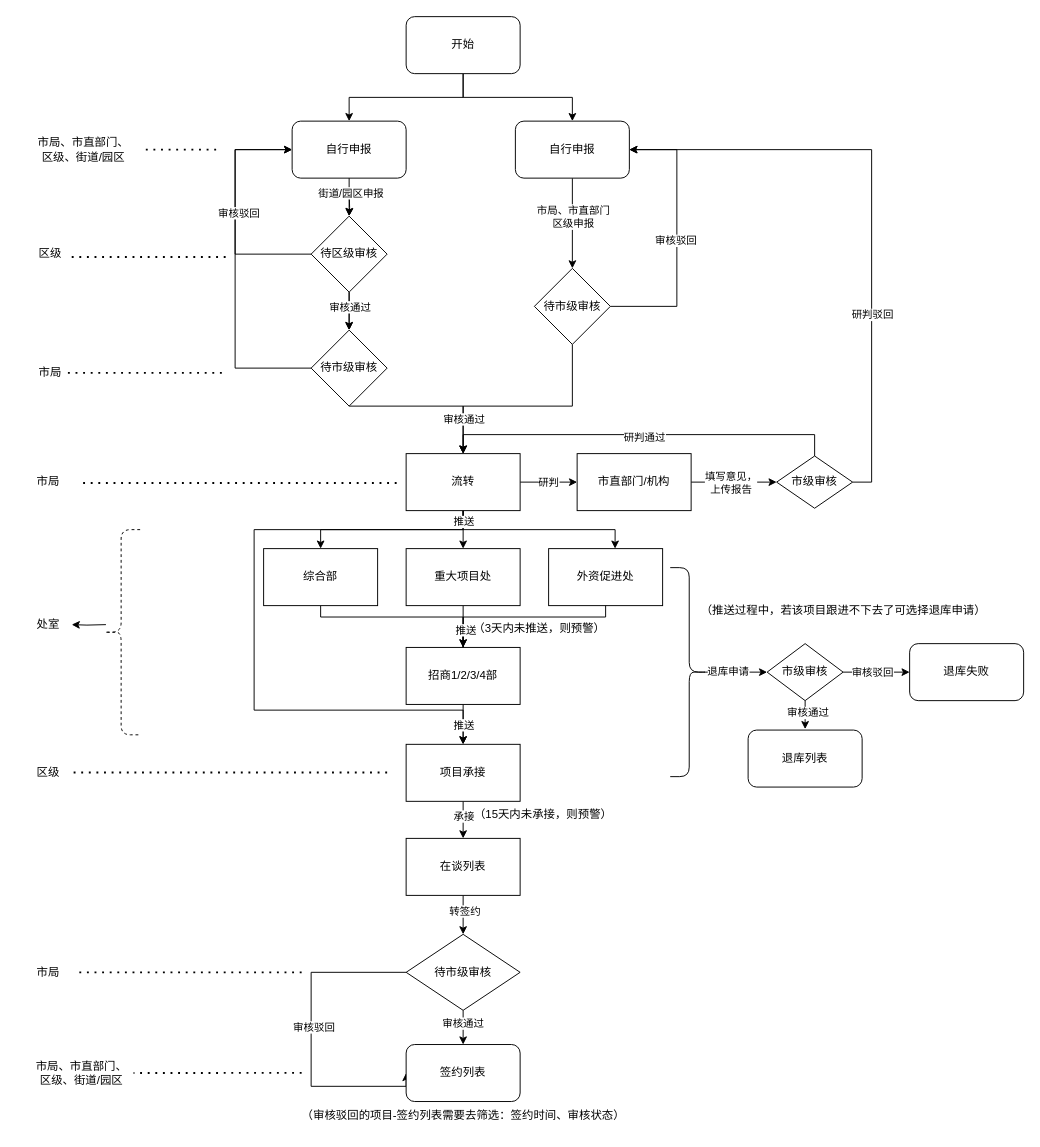
Before: 未命名绘图.drawio in Zkun6/666, a draw.io diagram. Source tidied: cells renumbered, new cells numbered last; positions are measured from the earlier drawing's top-left corner, leaving out a move shared by most shapes. Both pictures are drawn from the tidied source at 95%, with x=0, y=0 at pixel (24, 16).
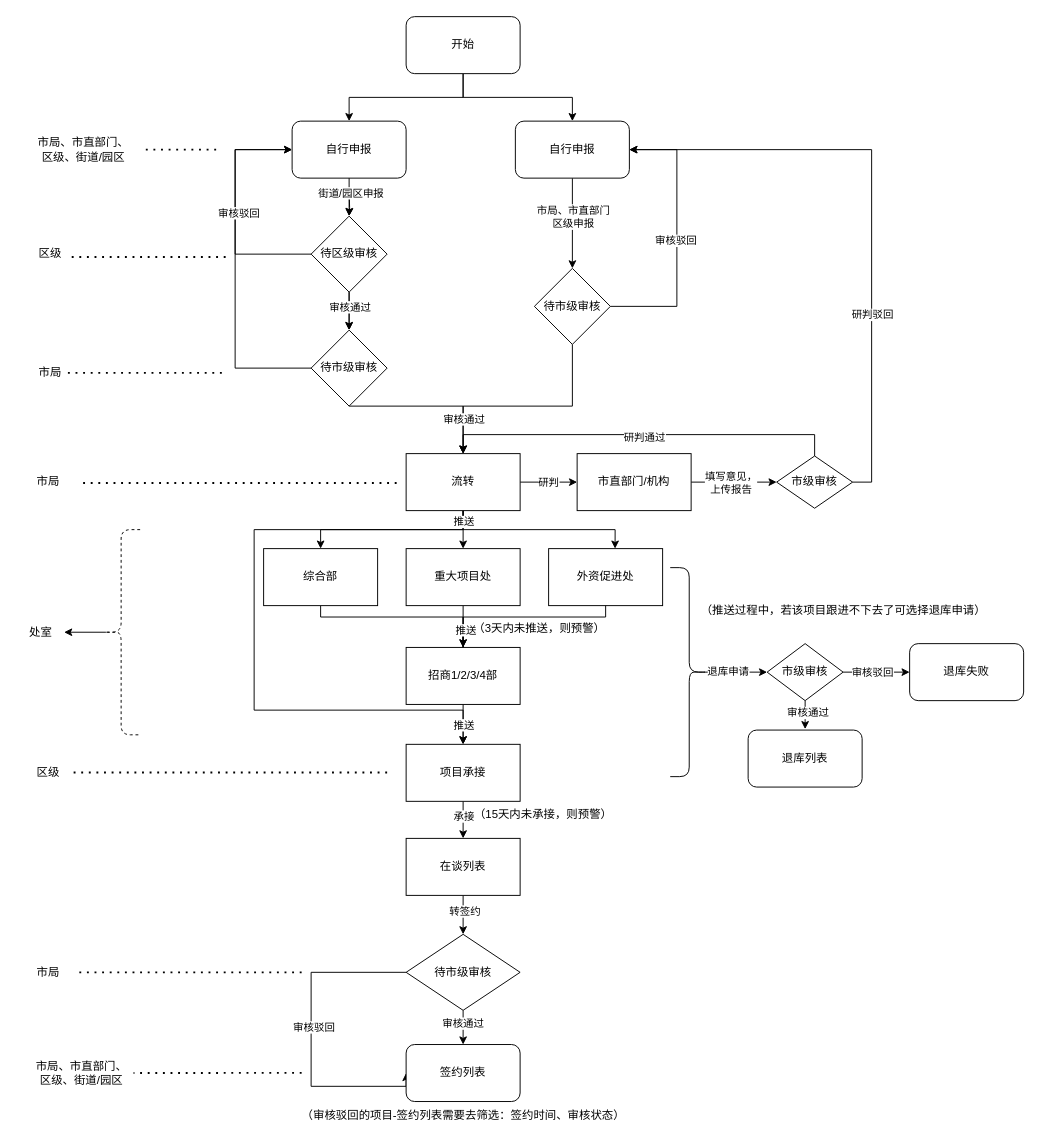
The same diagram, later.

Commit message:
更新未命名绘图.drawio

Unchanged cells that the change refers to:
```xml
<mxCell id="58" style="shape=curlyBracket;whiteSpace=wrap;html=1;rounded=1;labelPosition=left;verticalLabelPosition=middle;align=right;verticalAlign=middle;dashed=1;" parent="1" vertex="1">
  <mxGeometry x="82" y="540" width="40" height="216" as="geometry" />
</mxCell>
```

The edit, as a diff of the source:
```diff
@@
     <mxCell id="34" value="处室" style="text;html=1;align=center;verticalAlign=middle;points=[];strokeColor=none;fillColor=none;" parent="1" vertex="1">
-      <mxGeometry y="625" width="50" height="30" as="geometry" />
+      <mxGeometry x="-8" y="633" width="50" height="30" as="geometry" />
     </mxCell>
@@
-    <mxCell id="57" style="edgeStyle=orthogonalEdgeStyle;rounded=0;jettySize=auto;html=1;exitX=0.1;exitY=0.5;exitDx=0;exitDy=0;exitPerimeter=0;" parent="1" edge="1" target="34">
-      <mxGeometry relative="1" as="geometry">
-        <mxPoint x="86" y="640" as="sourcePoint" />
-      </mxGeometry>
-    </mxCell>
+    <mxCell id="96" style="edgeStyle=orthogonalEdgeStyle;rounded=0;jettySize=auto;html=1;exitX=0.1;exitY=0.5;exitDx=0;exitDy=0;exitPerimeter=0;" parent="1" edge="1" source="58" target="34">
+      <mxGeometry relative="1" as="geometry" />
+    </mxCell>
```
